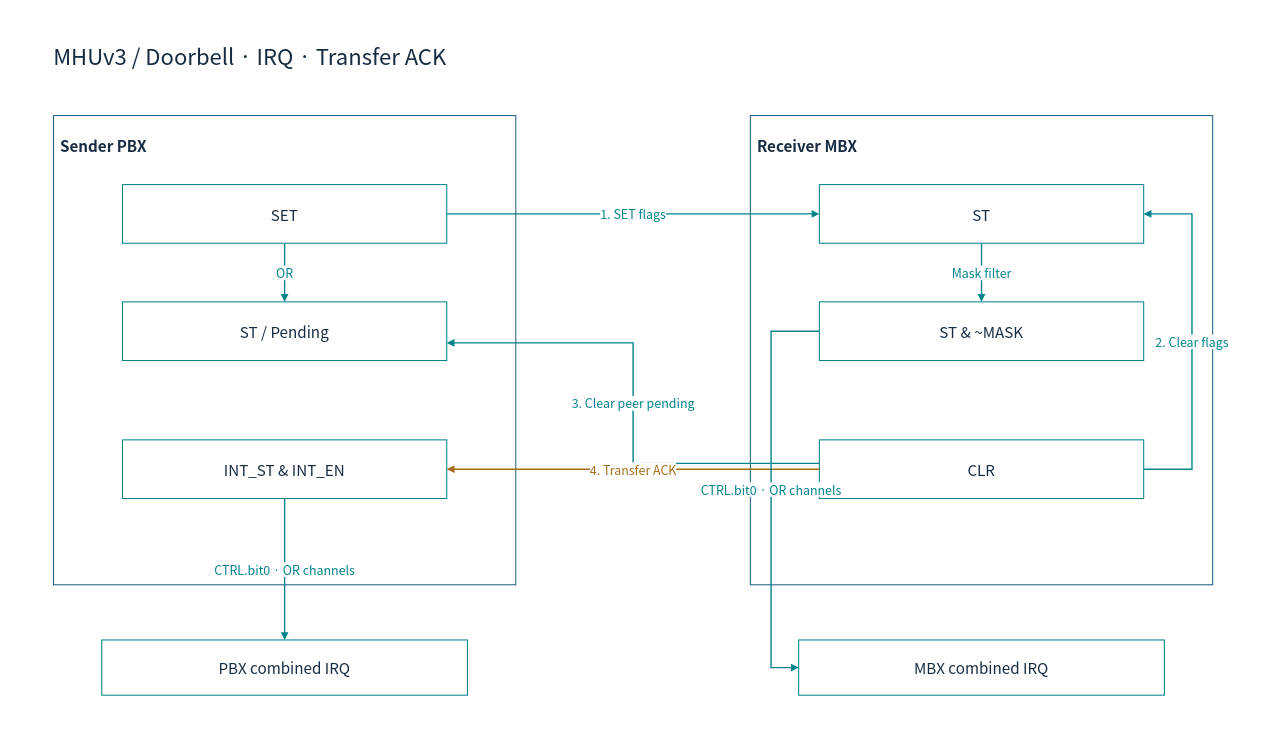
cometzero/project-apollo keeps this draw.io diagram as page "02-registers" (4 of 25) of doc/phase1/mailbox/apollo-mailbox-architecture.drawio. Above is the earlier version. Source tidied: cells renumbered, new cells numbered last; positions are measured from the earlier drawing's top-left corner, leaving out a move shared by most shapes. Both pictures are drawn from the tidied source at 69%, with x=0, y=0 at pixel (12, 12).
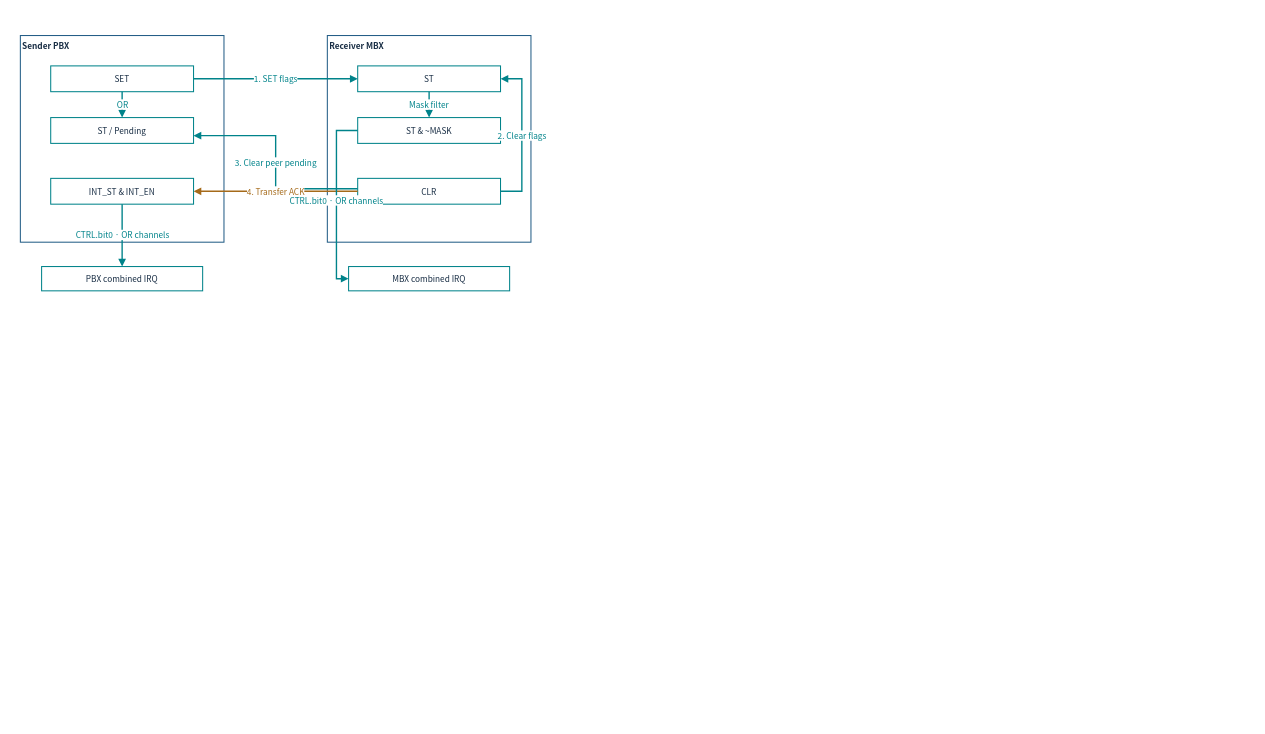
After the change.

The edit, as a diff of the source:
```diff
@@
-    <mxCell id="2" style="rounded=0;whiteSpace=wrap;html=1;fillColor=#FFFFFF;strokeColor=none;strokeWidth=1.5;fontColor=#172C43;fontFamily=Noto Sans CJK KR;fontSize=22;spacing=10;" parent="1" vertex="1">
-      <mxGeometry width="1800" height="1030" as="geometry" />
-    </mxCell>
-    <mxCell id="3" value="MHUv3 / Doorbell · IRQ · Transfer ACK" style="rounded=0;whiteSpace=wrap;html=1;fillColor=#FFFFFF;strokeColor=none;strokeWidth=1.5;fontColor=#172C43;fontFamily=Noto Sans CJK KR;fontSize=22;spacing=10;fontSize=32;align=left;" parent="1" vertex="1">
-      <mxGeometry x="50" y="30" width="1700" height="65" as="geometry" />
-    </mxCell>
-    <mxCell id="4" value="Sender PBX" style="rounded=0;whiteSpace=wrap;html=1;fillColor=#FFFFFF;strokeColor=#235D86;strokeWidth=1.5;fontColor=#172C43;fontFamily=Noto Sans CJK KR;fontSize=22;spacing=10;verticalAlign=top;fontStyle=1;spacingTop=16;align=left;" parent="1" vertex="1">
-      <mxGeometry x="60" y="150" width="670" height="680" as="geometry" />
+    <mxCell id="4" value="Sender PBX" style="rounded=0;whiteSpace=wrap;html=1;fillColor=#FFFFFF;strokeColor=#235D86;strokeWidth=1.5;fontColor=#172C43;fontFamily=Noto Sans CJK KR;verticalAlign=top;fontStyle=1;align=left;fontSize=12;spacing=3;whiteSpace=wrap;" parent="1" vertex="1">
+      <mxGeometry x="12" y="34" width="295.1" height="299.5" as="geometry" />
     </mxCell>
-    <mxCell id="5" value="Receiver MBX" style="rounded=0;whiteSpace=wrap;html=1;fillColor=#FFFFFF;strokeColor=#235D86;strokeWidth=1.5;fontColor=#172C43;fontFamily=Noto Sans CJK KR;fontSize=22;spacing=10;verticalAlign=top;fontStyle=1;spacingTop=16;align=left;" parent="1" vertex="1">
-      <mxGeometry x="1070" y="150" width="670" height="680" as="geometry" />
+    <mxCell id="5" value="Receiver MBX" style="rounded=0;whiteSpace=wrap;html=1;fillColor=#FFFFFF;strokeColor=#235D86;strokeWidth=1.5;fontColor=#172C43;fontFamily=Noto Sans CJK KR;verticalAlign=top;fontStyle=1;align=left;fontSize=12;spacing=3;whiteSpace=wrap;" parent="1" vertex="1">
+      <mxGeometry x="456.9" y="34" width="295.1" height="299.5" as="geometry" />
     </mxCell>
-    <mxCell id="6" value="SET" style="rounded=0;whiteSpace=wrap;html=1;fillColor=#FFFFFF;strokeColor=#00838A;strokeWidth=1.5;fontColor=#172C43;fontFamily=Noto Sans CJK KR;fontSize=22;spacing=10;" parent="4" vertex="1">
-      <mxGeometry x="100" y="100" width="470" height="85" as="geometry" />
+    <mxCell id="6" value="SET" style="rounded=0;whiteSpace=wrap;html=1;fillColor=#FFFFFF;strokeColor=#00838A;strokeWidth=1.5;fontColor=#172C43;fontFamily=Noto Sans CJK KR;fontSize=12;spacing=3;whiteSpace=wrap;" parent="4" vertex="1">
+      <mxGeometry x="44" y="44" width="207" height="37.4" as="geometry" />
     </mxCell>
-    <mxCell id="7" value="ST / Pending" style="rounded=0;whiteSpace=wrap;html=1;fillColor=#FFFFFF;strokeColor=#00838A;strokeWidth=1.5;fontColor=#172C43;fontFamily=Noto Sans CJK KR;fontSize=22;spacing=10;" parent="4" vertex="1">
-      <mxGeometry x="100" y="270" width="470" height="85" as="geometry" />
+    <mxCell id="7" value="ST / Pending" style="rounded=0;whiteSpace=wrap;html=1;fillColor=#FFFFFF;strokeColor=#00838A;strokeWidth=1.5;fontColor=#172C43;fontFamily=Noto Sans CJK KR;fontSize=12;spacing=3;whiteSpace=wrap;" parent="4" vertex="1">
+      <mxGeometry x="44" y="118.9" width="207" height="37.4" as="geometry" />
     </mxCell>
-    <mxCell id="8" value="INT_ST &amp;amp; INT_EN" style="rounded=0;whiteSpace=wrap;html=1;fillColor=#FFFFFF;strokeColor=#00838A;strokeWidth=1.5;fontColor=#172C43;fontFamily=Noto Sans CJK KR;fontSize=22;spacing=10;" parent="4" vertex="1">
-      <mxGeometry x="100" y="470" width="470" height="85" as="geometry" />
+    <mxCell id="8" value="INT_ST &amp;amp; INT_EN" style="rounded=0;whiteSpace=wrap;html=1;fillColor=#FFFFFF;strokeColor=#00838A;strokeWidth=1.5;fontColor=#172C43;fontFamily=Noto Sans CJK KR;fontSize=12;spacing=3;whiteSpace=wrap;" parent="4" vertex="1">
+      <mxGeometry x="44" y="207" width="207" height="37.4" as="geometry" />
     </mxCell>
-    <mxCell id="9" value="ST" style="rounded=0;whiteSpace=wrap;html=1;fillColor=#FFFFFF;strokeColor=#00838A;strokeWidth=1.5;fontColor=#172C43;fontFamily=Noto Sans CJK KR;fontSize=22;spacing=10;" parent="5" vertex="1">
-      <mxGeometry x="100" y="100" width="470" height="85" as="geometry" />
+    <mxCell id="9" value="ST" style="rounded=0;whiteSpace=wrap;html=1;fillColor=#FFFFFF;strokeColor=#00838A;strokeWidth=1.5;fontColor=#172C43;fontFamily=Noto Sans CJK KR;fontSize=12;spacing=3;whiteSpace=wrap;" parent="5" vertex="1">
+      <mxGeometry x="44" y="44" width="207" height="37.4" as="geometry" />
     </mxCell>
-    <mxCell id="10" value="ST &amp;amp; ~MASK" style="rounded=0;whiteSpace=wrap;html=1;fillColor=#FFFFFF;strokeColor=#00838A;strokeWidth=1.5;fontColor=#172C43;fontFamily=Noto Sans CJK KR;fontSize=22;spacing=10;" parent="5" vertex="1">
-      <mxGeometry x="100" y="270" width="470" height="85" as="geometry" />
+    <mxCell id="10" value="ST &amp;amp; ~MASK" style="rounded=0;whiteSpace=wrap;html=1;fillColor=#FFFFFF;strokeColor=#00838A;strokeWidth=1.5;fontColor=#172C43;fontFamily=Noto Sans CJK KR;fontSize=12;spacing=3;whiteSpace=wrap;" parent="5" vertex="1">
+      <mxGeometry x="44" y="118.9" width="207" height="37.4" as="geometry" />
     </mxCell>
-    <mxCell id="11" value="CLR" style="rounded=0;whiteSpace=wrap;html=1;fillColor=#FFFFFF;strokeColor=#00838A;strokeWidth=1.5;fontColor=#172C43;fontFamily=Noto Sans CJK KR;fontSize=22;spacing=10;" parent="5" vertex="1">
-      <mxGeometry x="100" y="470" width="470" height="85" as="geometry" />
+    <mxCell id="11" value="CLR" style="rounded=0;whiteSpace=wrap;html=1;fillColor=#FFFFFF;strokeColor=#00838A;strokeWidth=1.5;fontColor=#172C43;fontFamily=Noto Sans CJK KR;fontSize=12;spacing=3;whiteSpace=wrap;" parent="5" vertex="1">
+      <mxGeometry x="44" y="207" width="207" height="37.4" as="geometry" />
     </mxCell>
-    <mxCell id="12" value="OR" style="edgeStyle=orthogonalEdgeStyle;rounded=0;html=1;endArrow=block;endFill=1;strokeWidth=2;strokeColor=#00838A;fontColor=#00838A;fontFamily=Noto Sans CJK KR;fontSize=18;labelBackgroundColor=#FFFFFF;exitX=0.5;exitY=1;entryX=0.5;entryY=0;" parent="1" edge="1" source="6" target="7">
+    <mxCell id="12" value="OR" style="edgeStyle=orthogonalEdgeStyle;rounded=0;html=1;endArrow=block;endFill=1;strokeWidth=2;strokeColor=#00838A;fontColor=#00838A;fontFamily=Noto Sans CJK KR;labelBackgroundColor=#FFFFFF;exitX=0.5;exitY=1;entryX=0.5;entryY=0;fontSize=12;spacing=3;whiteSpace=nowrap;" parent="1" edge="1" source="6" target="7">
       <mxGeometry relative="1" as="geometry" />
     </mxCell>
-    <mxCell id="13" value="1. SET flags" style="edgeStyle=orthogonalEdgeStyle;rounded=0;html=1;endArrow=block;endFill=1;strokeWidth=2;strokeColor=#00838A;fontColor=#00838A;fontFamily=Noto Sans CJK KR;fontSize=18;labelBackgroundColor=#FFFFFF;exitX=1;exitY=0.5;entryX=0;entryY=0.5;" parent="1" edge="1" source="6" target="9">
+    <mxCell id="13" value="1. SET flags" style="edgeStyle=orthogonalEdgeStyle;rounded=0;html=1;endArrow=block;endFill=1;strokeWidth=2;strokeColor=#00838A;fontColor=#00838A;fontFamily=Noto Sans CJK KR;labelBackgroundColor=#FFFFFF;exitX=1;exitY=0.5;entryX=0;entryY=0.5;fontSize=12;spacing=3;whiteSpace=nowrap;" parent="1" edge="1" source="6" target="9">
       <mxGeometry relative="1" as="geometry" />
     </mxCell>
-    <mxCell id="14" value="Mask filter" style="edgeStyle=orthogonalEdgeStyle;rounded=0;html=1;endArrow=block;endFill=1;strokeWidth=2;strokeColor=#00838A;fontColor=#00838A;fontFamily=Noto Sans CJK KR;fontSize=18;labelBackgroundColor=#FFFFFF;exitX=0.5;exitY=1;entryX=0.5;entryY=0;" parent="1" edge="1" source="9" target="10">
+    <mxCell id="14" value="Mask filter" style="edgeStyle=orthogonalEdgeStyle;rounded=0;html=1;endArrow=block;endFill=1;strokeWidth=2;strokeColor=#00838A;fontColor=#00838A;fontFamily=Noto Sans CJK KR;labelBackgroundColor=#FFFFFF;exitX=0.5;exitY=1;entryX=0.5;entryY=0;fontSize=12;spacing=3;whiteSpace=nowrap;" parent="1" edge="1" source="9" target="10">
       <mxGeometry relative="1" as="geometry" />
     </mxCell>
-    <mxCell id="15" value="3. Clear peer pending" style="edgeStyle=orthogonalEdgeStyle;rounded=0;html=1;endArrow=block;endFill=1;strokeWidth=2;strokeColor=#00838A;fontColor=#00838A;fontFamily=Noto Sans CJK KR;fontSize=18;labelBackgroundColor=#FFFFFF;exitX=0;exitY=0.4;entryX=1;entryY=0.7;" parent="1" edge="1" source="11" target="7">
+    <mxCell id="15" value="3. Clear peer pending" style="edgeStyle=orthogonalEdgeStyle;rounded=0;html=1;endArrow=block;endFill=1;strokeWidth=2;strokeColor=#00838A;fontColor=#00838A;fontFamily=Noto Sans CJK KR;labelBackgroundColor=#FFFFFF;exitX=0;exitY=0.4;entryX=1;entryY=0.7;fontSize=12;spacing=3;whiteSpace=nowrap;" parent="1" edge="1" source="11" target="7">
       <mxGeometry relative="1" as="geometry">
         <Array as="points">
-          <mxPoint x="900" y="654" />
-          <mxPoint x="900" y="480" />
+          <mxPoint x="382" y="256" />
+          <mxPoint x="382" y="179.4" />
         </Array>
       </mxGeometry>
     </mxCell>
-    <mxCell id="16" value="4. Transfer ACK" style="edgeStyle=orthogonalEdgeStyle;rounded=0;html=1;endArrow=block;endFill=1;strokeWidth=2;strokeColor=#A56A1A;fontColor=#A56A1A;fontFamily=Noto Sans CJK KR;fontSize=18;labelBackgroundColor=#FFFFFF;exitX=0;exitY=0.5;entryX=1;entryY=0.5;" parent="1" edge="1" source="11" target="8">
+    <mxCell id="16" value="4. Transfer ACK" style="edgeStyle=orthogonalEdgeStyle;rounded=0;html=1;endArrow=block;endFill=1;strokeWidth=2;strokeColor=#A56A1A;fontColor=#A56A1A;fontFamily=Noto Sans CJK KR;labelBackgroundColor=#FFFFFF;exitX=0;exitY=0.5;entryX=1;entryY=0.5;fontSize=12;spacing=3;whiteSpace=nowrap;" parent="1" edge="1" source="11" target="8">
       <mxGeometry relative="1" as="geometry" />
     </mxCell>
-    <mxCell id="17" value="2. Clear flags" style="edgeStyle=orthogonalEdgeStyle;rounded=0;html=1;endArrow=block;endFill=1;strokeWidth=2;strokeColor=#00838A;fontColor=#00838A;fontFamily=Noto Sans CJK KR;fontSize=18;labelBackgroundColor=#FFFFFF;exitX=1;exitY=0.5;entryX=1;entryY=0.5;" parent="1" edge="1" source="11" target="9">
+    <mxCell id="17" value="2. Clear flags" style="edgeStyle=orthogonalEdgeStyle;rounded=0;html=1;endArrow=block;endFill=1;strokeWidth=2;strokeColor=#00838A;fontColor=#00838A;fontFamily=Noto Sans CJK KR;labelBackgroundColor=#FFFFFF;exitX=1;exitY=0.5;entryX=1;entryY=0.5;fontSize=12;spacing=3;whiteSpace=nowrap;" parent="1" edge="1" source="11" target="9">
       <mxGeometry relative="1" as="geometry">
         <Array as="points">
-          <mxPoint x="1710" y="662" />
-          <mxPoint x="1710" y="292" />
+          <mxPoint x="738.8" y="259.6" />
+          <mxPoint x="738.8" y="96.6" />
         </Array>
       </mxGeometry>
     </mxCell>
-    <mxCell id="18" value="MBX combined IRQ" style="rounded=0;whiteSpace=wrap;html=1;fillColor=#FFFFFF;strokeColor=#00838A;strokeWidth=1.5;fontColor=#172C43;fontFamily=Noto Sans CJK KR;fontSize=22;spacing=10;" parent="1" vertex="1">
-      <mxGeometry x="1140" y="910" width="530" height="80" as="geometry" />
+    <mxCell id="18" value="MBX combined IRQ" style="rounded=0;whiteSpace=wrap;html=1;fillColor=#FFFFFF;strokeColor=#00838A;strokeWidth=1.5;fontColor=#172C43;fontFamily=Noto Sans CJK KR;fontSize=12;spacing=3;whiteSpace=wrap;" parent="1" vertex="1">
+      <mxGeometry x="487.7" y="368.8" width="233.4" height="35.2" as="geometry" />
     </mxCell>
-    <mxCell id="19" value="PBX combined IRQ" style="rounded=0;whiteSpace=wrap;html=1;fillColor=#FFFFFF;strokeColor=#00838A;strokeWidth=1.5;fontColor=#172C43;fontFamily=Noto Sans CJK KR;fontSize=22;spacing=10;" parent="1" vertex="1">
-      <mxGeometry x="130" y="910" width="530" height="80" as="geometry" />
+    <mxCell id="19" value="PBX combined IRQ" style="rounded=0;whiteSpace=wrap;html=1;fillColor=#FFFFFF;strokeColor=#00838A;strokeWidth=1.5;fontColor=#172C43;fontFamily=Noto Sans CJK KR;fontSize=12;spacing=3;whiteSpace=wrap;" parent="1" vertex="1">
+      <mxGeometry x="42.8" y="368.8" width="233.4" height="35.2" as="geometry" />
     </mxCell>
-    <mxCell id="20" value="CTRL.bit0 · OR channels" style="edgeStyle=orthogonalEdgeStyle;rounded=0;html=1;endArrow=block;endFill=1;strokeWidth=2;strokeColor=#00838A;fontColor=#00838A;fontFamily=Noto Sans CJK KR;fontSize=18;labelBackgroundColor=#FFFFFF;exitX=0;exitY=0.5;entryX=0;entryY=0.5;" parent="1" edge="1" source="10" target="18">
+    <mxCell id="20" value="CTRL.bit0 · OR channels" style="edgeStyle=orthogonalEdgeStyle;rounded=0;html=1;endArrow=block;endFill=1;strokeWidth=2;strokeColor=#00838A;fontColor=#00838A;fontFamily=Noto Sans CJK KR;labelBackgroundColor=#FFFFFF;exitX=0;exitY=0.5;entryX=0;entryY=0.5;fontSize=12;spacing=3;whiteSpace=nowrap;" parent="1" edge="1" source="10" target="18">
       <mxGeometry relative="1" as="geometry">
         <Array as="points">
-          <mxPoint x="1100" y="462" />
-          <mxPoint x="1100" y="950" />
+          <mxPoint x="470.1" y="171.4" />
+          <mxPoint x="470.1" y="386.4" />
         </Array>
       </mxGeometry>
     </mxCell>
-    <mxCell id="21" value="CTRL.bit0 · OR channels" style="edgeStyle=orthogonalEdgeStyle;rounded=0;html=1;endArrow=block;endFill=1;strokeWidth=2;strokeColor=#00838A;fontColor=#00838A;fontFamily=Noto Sans CJK KR;fontSize=18;labelBackgroundColor=#FFFFFF;exitX=0.5;exitY=1;entryX=0.5;entryY=0;" parent="1" edge="1" source="8" target="19">
+    <mxCell id="21" value="CTRL.bit0 · OR channels" style="edgeStyle=orthogonalEdgeStyle;rounded=0;html=1;endArrow=block;endFill=1;strokeWidth=2;strokeColor=#00838A;fontColor=#00838A;fontFamily=Noto Sans CJK KR;labelBackgroundColor=#FFFFFF;exitX=0.5;exitY=1;entryX=0.5;entryY=0;fontSize=12;spacing=3;whiteSpace=nowrap;" parent="1" edge="1" source="8" target="19">
       <mxGeometry relative="1" as="geometry" />
     </mxCell>
```
